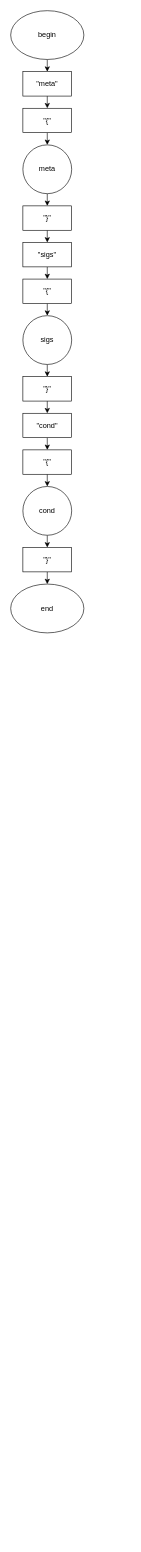
The draw.io diagram singarule/resources/schemes/rule.drawio in heliosgg/singarule, before the edit. Source tidied: cells renumbered, new cells numbered last; positions are measured from the earlier drawing's top-left corner, leaving out a move shared by most shapes. Both pictures are drawn from the tidied source at 61%, with x=0, y=0 at pixel (10, 10).
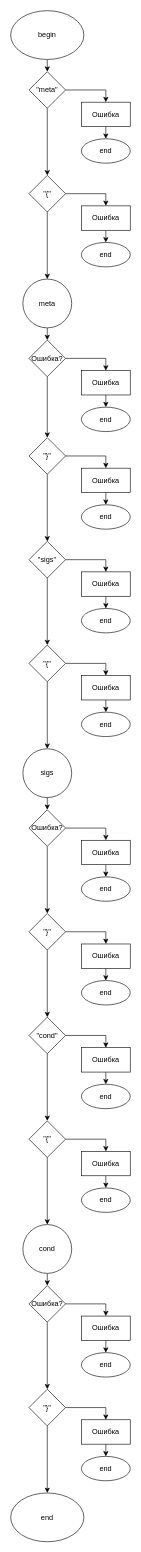
After the change.

Diff of the diagram source:
```diff
@@
-    <mxCell id="4" style="edgeStyle=orthogonalEdgeStyle;rounded=0;jettySize=auto;html=1;exitX=0.5;exitY=1;exitDx=0;exitDy=0;entryX=0.5;entryY=0;entryDx=0;entryDy=0;" parent="1" edge="1" source="5" target="7">
-      <mxGeometry relative="1" as="geometry" />
-    </mxCell>
+    <mxCell id="29" style="edgeStyle=orthogonalEdgeStyle;rounded=0;jettySize=auto;html=1;exitX=0.5;exitY=1;exitDx=0;exitDy=0;entryX=0.5;entryY=0;entryDx=0;entryDy=0;" parent="1" edge="1" source="30" target="31">
+      <mxGeometry relative="1" as="geometry" />
+    </mxCell>
+    <mxCell id="30" value="Ошибка" style="rounded=0;whiteSpace=wrap;html=1;" parent="1" vertex="1">
+      <mxGeometry x="116" y="150" width="80" height="40" as="geometry" />
+    </mxCell>
+    <mxCell id="31" value="end" style="ellipse;whiteSpace=wrap;html=1;" parent="1" vertex="1">
+      <mxGeometry x="116" y="210" width="80" height="40" as="geometry" />
+    </mxCell>
+    <mxCell id="32" style="edgeStyle=orthogonalEdgeStyle;rounded=0;jettySize=auto;html=1;exitX=1;exitY=0.5;exitDx=0;exitDy=0;entryX=0.5;entryY=0;entryDx=0;entryDy=0;" parent="1" edge="1" source="5" target="30">
+      <mxGeometry relative="1" as="geometry" />
+    </mxCell>
+    <mxCell id="33" style="edgeStyle=orthogonalEdgeStyle;rounded=0;jettySize=auto;html=1;exitX=0.5;exitY=1;exitDx=0;exitDy=0;entryX=0.5;entryY=0;entryDx=0;entryDy=0;" parent="1" edge="1" source="5" target="39">
+      <mxGeometry relative="1" as="geometry" />
+    </mxCell>
-    <mxCell id="5" value="&quot;meta&quot;" style="rounded=0;whiteSpace=wrap;html=1;" parent="1" vertex="1">
-      <mxGeometry x="20" y="100" width="80" height="40" as="geometry" />
+    <mxCell id="5" value="&quot;meta&quot;" style="rhombus;whiteSpace=wrap;html=1;" parent="1" vertex="1">
+      <mxGeometry x="30" y="100" width="60" height="60" as="geometry" />
     </mxCell>
-    <mxCell id="6" style="edgeStyle=orthogonalEdgeStyle;rounded=0;jettySize=auto;html=1;exitX=0.5;exitY=1;exitDx=0;exitDy=0;entryX=0.5;entryY=0;entryDx=0;entryDy=0;" parent="1" edge="1" source="7" target="9">
-      <mxGeometry relative="1" as="geometry" />
-    </mxCell>
-    <mxCell id="7" value="&quot;{&quot;" style="rounded=0;whiteSpace=wrap;html=1;" parent="1" vertex="1">
-      <mxGeometry x="20" y="160" width="80" height="40" as="geometry" />
-    </mxCell>
-    <mxCell id="8" style="edgeStyle=orthogonalEdgeStyle;rounded=0;jettySize=auto;html=1;exitX=0.5;exitY=1;exitDx=0;exitDy=0;entryX=0.5;entryY=0;entryDx=0;entryDy=0;" parent="1" edge="1" source="9" target="11">
-      <mxGeometry relative="1" as="geometry" />
-    </mxCell>
+    <mxCell id="34" style="edgeStyle=orthogonalEdgeStyle;rounded=0;jettySize=auto;html=1;exitX=0.5;exitY=1;exitDx=0;exitDy=0;entryX=0.5;entryY=0;entryDx=0;entryDy=0;" parent="1" edge="1" source="35" target="36">
+      <mxGeometry relative="1" as="geometry" />
+    </mxCell>
+    <mxCell id="35" value="Ошибка" style="rounded=0;whiteSpace=wrap;html=1;" parent="1" vertex="1">
+      <mxGeometry x="116" y="320" width="80" height="40" as="geometry" />
+    </mxCell>
+    <mxCell id="36" value="end" style="ellipse;whiteSpace=wrap;html=1;" parent="1" vertex="1">
+      <mxGeometry x="116" y="380" width="80" height="40" as="geometry" />
+    </mxCell>
+    <mxCell id="37" style="edgeStyle=orthogonalEdgeStyle;rounded=0;jettySize=auto;html=1;exitX=1;exitY=0.5;exitDx=0;exitDy=0;entryX=0.5;entryY=0;entryDx=0;entryDy=0;" parent="1" edge="1" source="39" target="35">
+      <mxGeometry relative="1" as="geometry" />
+    </mxCell>
+    <mxCell id="38" style="edgeStyle=orthogonalEdgeStyle;rounded=0;jettySize=auto;html=1;exitX=0.5;exitY=1;exitDx=0;exitDy=0;entryX=0.5;entryY=0;entryDx=0;entryDy=0;" parent="1" edge="1" source="39" target="9">
+      <mxGeometry relative="1" as="geometry" />
+    </mxCell>
+    <mxCell id="39" value="&quot;{&quot;" style="rhombus;whiteSpace=wrap;html=1;" parent="1" vertex="1">
+      <mxGeometry x="30" y="270" width="60" height="60" as="geometry" />
+    </mxCell>
+    <mxCell id="40" style="edgeStyle=orthogonalEdgeStyle;rounded=0;jettySize=auto;html=1;exitX=0.5;exitY=1;exitDx=0;exitDy=0;entryX=0.5;entryY=0;entryDx=0;entryDy=0;" parent="1" edge="1" source="9" target="46">
+      <mxGeometry relative="1" as="geometry" />
+    </mxCell>
     <mxCell id="9" value="meta" style="ellipse;whiteSpace=wrap;html=1;" parent="1" vertex="1">
-      <mxGeometry x="20" y="220" width="80" height="80" as="geometry" />
+      <mxGeometry x="20" y="440" width="80" height="80" as="geometry" />
     </mxCell>
-    <mxCell id="10" style="edgeStyle=orthogonalEdgeStyle;rounded=0;jettySize=auto;html=1;exitX=0.5;exitY=1;exitDx=0;exitDy=0;entryX=0.5;entryY=0;entryDx=0;entryDy=0;" parent="1" edge="1" source="11" target="13">
-      <mxGeometry relative="1" as="geometry" />
-    </mxCell>
-    <mxCell id="11" value="&quot;}&quot;" style="rounded=0;whiteSpace=wrap;html=1;" parent="1" vertex="1">
-      <mxGeometry x="20" y="320" width="80" height="40" as="geometry" />
-    </mxCell>
-    <mxCell id="12" style="edgeStyle=orthogonalEdgeStyle;rounded=0;jettySize=auto;html=1;exitX=0.5;exitY=1;exitDx=0;exitDy=0;entryX=0.5;entryY=0;entryDx=0;entryDy=0;" parent="1" edge="1" source="13" target="15">
-      <mxGeometry relative="1" as="geometry" />
-    </mxCell>
+    <mxCell id="41" style="edgeStyle=orthogonalEdgeStyle;rounded=0;jettySize=auto;html=1;exitX=0.5;exitY=1;exitDx=0;exitDy=0;entryX=0.5;entryY=0;entryDx=0;entryDy=0;" parent="1" edge="1" source="42" target="43">
+      <mxGeometry relative="1" as="geometry" />
+    </mxCell>
+    <mxCell id="42" value="Ошибка" style="rounded=0;whiteSpace=wrap;html=1;" parent="1" vertex="1">
+      <mxGeometry x="116" y="590" width="80" height="40" as="geometry" />
+    </mxCell>
+    <mxCell id="43" value="end" style="ellipse;whiteSpace=wrap;html=1;" parent="1" vertex="1">
+      <mxGeometry x="116" y="650" width="80" height="40" as="geometry" />
+    </mxCell>
+    <mxCell id="44" style="edgeStyle=orthogonalEdgeStyle;rounded=0;jettySize=auto;html=1;exitX=1;exitY=0.5;exitDx=0;exitDy=0;entryX=0.5;entryY=0;entryDx=0;entryDy=0;" parent="1" edge="1" source="46" target="42">
+      <mxGeometry relative="1" as="geometry" />
+    </mxCell>
+    <mxCell id="45" style="edgeStyle=orthogonalEdgeStyle;rounded=0;jettySize=auto;html=1;exitX=0.5;exitY=1;exitDx=0;exitDy=0;entryX=0.5;entryY=0;entryDx=0;entryDy=0;" parent="1" edge="1" source="46" target="70">
+      <mxGeometry relative="1" as="geometry" />
+    </mxCell>
+    <mxCell id="46" value="Ошибка?" style="rhombus;whiteSpace=wrap;html=1;" parent="1" vertex="1">
+      <mxGeometry x="30" y="540" width="60" height="60" as="geometry" />
+    </mxCell>
+    <mxCell id="47" style="edgeStyle=orthogonalEdgeStyle;rounded=0;jettySize=auto;html=1;exitX=0.5;exitY=1;exitDx=0;exitDy=0;entryX=0.5;entryY=0;entryDx=0;entryDy=0;" parent="1" edge="1" source="48" target="49">
+      <mxGeometry relative="1" as="geometry" />
+    </mxCell>
+    <mxCell id="48" value="Ошибка" style="rounded=0;whiteSpace=wrap;html=1;" parent="1" vertex="1">
+      <mxGeometry x="116" y="920" width="80" height="40" as="geometry" />
+    </mxCell>
+    <mxCell id="49" value="end" style="ellipse;whiteSpace=wrap;html=1;" parent="1" vertex="1">
+      <mxGeometry x="116" y="980" width="80" height="40" as="geometry" />
+    </mxCell>
+    <mxCell id="50" style="edgeStyle=orthogonalEdgeStyle;rounded=0;jettySize=auto;html=1;exitX=1;exitY=0.5;exitDx=0;exitDy=0;entryX=0.5;entryY=0;entryDx=0;entryDy=0;" parent="1" edge="1" source="13" target="48">
+      <mxGeometry relative="1" as="geometry" />
+    </mxCell>
+    <mxCell id="51" style="edgeStyle=orthogonalEdgeStyle;rounded=0;jettySize=auto;html=1;exitX=0.5;exitY=1;exitDx=0;exitDy=0;entryX=0.5;entryY=0;entryDx=0;entryDy=0;" parent="1" edge="1" source="13" target="57">
+      <mxGeometry relative="1" as="geometry" />
+    </mxCell>
-    <mxCell id="13" value="&quot;sigs&quot;" style="rounded=0;whiteSpace=wrap;html=1;" parent="1" vertex="1">
-      <mxGeometry x="20" y="380" width="80" height="40" as="geometry" />
+    <mxCell id="13" value="&quot;sigs&quot;" style="rhombus;whiteSpace=wrap;html=1;" parent="1" vertex="1">
+      <mxGeometry x="30" y="870" width="60" height="60" as="geometry" />
     </mxCell>
-    <mxCell id="14" style="edgeStyle=orthogonalEdgeStyle;rounded=0;jettySize=auto;html=1;exitX=0.5;exitY=1;exitDx=0;exitDy=0;entryX=0.5;entryY=0;entryDx=0;entryDy=0;" parent="1" edge="1" source="15" target="17">
-      <mxGeometry relative="1" as="geometry" />
-    </mxCell>
-    <mxCell id="15" value="&quot;{&quot;" style="rounded=0;whiteSpace=wrap;html=1;" parent="1" vertex="1">
-      <mxGeometry x="20" y="440" width="80" height="40" as="geometry" />
-    </mxCell>
-    <mxCell id="16" style="edgeStyle=orthogonalEdgeStyle;rounded=0;jettySize=auto;html=1;exitX=0.5;exitY=1;exitDx=0;exitDy=0;entryX=0.5;entryY=0;entryDx=0;entryDy=0;" parent="1" edge="1" source="17" target="19">
-      <mxGeometry relative="1" as="geometry" />
-    </mxCell>
+    <mxCell id="52" style="edgeStyle=orthogonalEdgeStyle;rounded=0;jettySize=auto;html=1;exitX=0.5;exitY=1;exitDx=0;exitDy=0;entryX=0.5;entryY=0;entryDx=0;entryDy=0;" parent="1" edge="1" source="53" target="54">
+      <mxGeometry relative="1" as="geometry" />
+    </mxCell>
+    <mxCell id="53" value="Ошибка" style="rounded=0;whiteSpace=wrap;html=1;" parent="1" vertex="1">
+      <mxGeometry x="116" y="1090" width="80" height="40" as="geometry" />
+    </mxCell>
+    <mxCell id="54" value="end" style="ellipse;whiteSpace=wrap;html=1;" parent="1" vertex="1">
+      <mxGeometry x="116" y="1150" width="80" height="40" as="geometry" />
+    </mxCell>
+    <mxCell id="55" style="edgeStyle=orthogonalEdgeStyle;rounded=0;jettySize=auto;html=1;exitX=1;exitY=0.5;exitDx=0;exitDy=0;entryX=0.5;entryY=0;entryDx=0;entryDy=0;" parent="1" edge="1" source="57" target="53">
+      <mxGeometry relative="1" as="geometry" />
+    </mxCell>
+    <mxCell id="56" style="edgeStyle=orthogonalEdgeStyle;rounded=0;jettySize=auto;html=1;exitX=0.5;exitY=1;exitDx=0;exitDy=0;entryX=0.5;entryY=0;entryDx=0;entryDy=0;" parent="1" edge="1" source="57" target="17">
+      <mxGeometry relative="1" as="geometry" />
+    </mxCell>
+    <mxCell id="57" value="&quot;{&quot;" style="rhombus;whiteSpace=wrap;html=1;" parent="1" vertex="1">
+      <mxGeometry x="30" y="1040" width="60" height="60" as="geometry" />
+    </mxCell>
+    <mxCell id="58" style="edgeStyle=orthogonalEdgeStyle;rounded=0;jettySize=auto;html=1;exitX=0.5;exitY=1;exitDx=0;exitDy=0;entryX=0.5;entryY=0;entryDx=0;entryDy=0;" parent="1" edge="1" source="17" target="64">
+      <mxGeometry relative="1" as="geometry" />
+    </mxCell>
     <mxCell id="17" value="sigs" style="ellipse;whiteSpace=wrap;html=1;" parent="1" vertex="1">
-      <mxGeometry x="20" y="500" width="80" height="80" as="geometry" />
+      <mxGeometry x="20" y="1210" width="80" height="80" as="geometry" />
     </mxCell>
-    <mxCell id="18" style="edgeStyle=orthogonalEdgeStyle;rounded=0;jettySize=auto;html=1;exitX=0.5;exitY=1;exitDx=0;exitDy=0;entryX=0.5;entryY=0;entryDx=0;entryDy=0;" parent="1" edge="1" source="19" target="21">
-      <mxGeometry relative="1" as="geometry" />
-    </mxCell>
-    <mxCell id="19" value="&quot;}&quot;" style="rounded=0;whiteSpace=wrap;html=1;" parent="1" vertex="1">
-      <mxGeometry x="20" y="600" width="80" height="40" as="geometry" />
-    </mxCell>
-    <mxCell id="20" style="edgeStyle=orthogonalEdgeStyle;rounded=0;jettySize=auto;html=1;exitX=0.5;exitY=1;exitDx=0;exitDy=0;entryX=0.5;entryY=0;entryDx=0;entryDy=0;" parent="1" edge="1" source="21" target="23">
-      <mxGeometry relative="1" as="geometry" />
-    </mxCell>
+    <mxCell id="59" style="edgeStyle=orthogonalEdgeStyle;rounded=0;jettySize=auto;html=1;exitX=0.5;exitY=1;exitDx=0;exitDy=0;entryX=0.5;entryY=0;entryDx=0;entryDy=0;" parent="1" edge="1" source="60" target="61">
+      <mxGeometry relative="1" as="geometry" />
+    </mxCell>
+    <mxCell id="60" value="Ошибка" style="rounded=0;whiteSpace=wrap;html=1;" parent="1" vertex="1">
+      <mxGeometry x="116" y="1360" width="80" height="40" as="geometry" />
+    </mxCell>
+    <mxCell id="61" value="end" style="ellipse;whiteSpace=wrap;html=1;" parent="1" vertex="1">
+      <mxGeometry x="116" y="1420" width="80" height="40" as="geometry" />
+    </mxCell>
+    <mxCell id="62" style="edgeStyle=orthogonalEdgeStyle;rounded=0;jettySize=auto;html=1;exitX=1;exitY=0.5;exitDx=0;exitDy=0;entryX=0.5;entryY=0;entryDx=0;entryDy=0;" parent="1" edge="1" source="64" target="60">
+      <mxGeometry relative="1" as="geometry" />
+    </mxCell>
+    <mxCell id="63" style="edgeStyle=orthogonalEdgeStyle;rounded=0;jettySize=auto;html=1;exitX=0.5;exitY=1;exitDx=0;exitDy=0;entryX=0.5;entryY=0;entryDx=0;entryDy=0;" parent="1" edge="1" source="64" target="76">
+      <mxGeometry relative="1" as="geometry" />
+    </mxCell>
+    <mxCell id="64" value="Ошибка?" style="rhombus;whiteSpace=wrap;html=1;" parent="1" vertex="1">
+      <mxGeometry x="30" y="1310" width="60" height="60" as="geometry" />
+    </mxCell>
+    <mxCell id="65" style="edgeStyle=orthogonalEdgeStyle;rounded=0;jettySize=auto;html=1;exitX=0.5;exitY=1;exitDx=0;exitDy=0;entryX=0.5;entryY=0;entryDx=0;entryDy=0;" parent="1" edge="1" source="66" target="67">
+      <mxGeometry relative="1" as="geometry" />
+    </mxCell>
+    <mxCell id="66" value="Ошибка" style="rounded=0;whiteSpace=wrap;html=1;" parent="1" vertex="1">
+      <mxGeometry x="116" y="750" width="80" height="40" as="geometry" />
+    </mxCell>
+    <mxCell id="67" value="end" style="ellipse;whiteSpace=wrap;html=1;" parent="1" vertex="1">
+      <mxGeometry x="116" y="810" width="80" height="40" as="geometry" />
+    </mxCell>
+    <mxCell id="68" style="edgeStyle=orthogonalEdgeStyle;rounded=0;jettySize=auto;html=1;exitX=1;exitY=0.5;exitDx=0;exitDy=0;entryX=0.5;entryY=0;entryDx=0;entryDy=0;" parent="1" edge="1" source="70" target="66">
+      <mxGeometry relative="1" as="geometry" />
+    </mxCell>
+    <mxCell id="69" style="edgeStyle=orthogonalEdgeStyle;rounded=0;jettySize=auto;html=1;exitX=0.5;exitY=1;exitDx=0;exitDy=0;entryX=0.5;entryY=0;entryDx=0;entryDy=0;" parent="1" edge="1" source="70" target="13">
+      <mxGeometry relative="1" as="geometry" />
+    </mxCell>
+    <mxCell id="70" value="&quot;}&quot;" style="rhombus;whiteSpace=wrap;html=1;" parent="1" vertex="1">
+      <mxGeometry x="30" y="700" width="60" height="60" as="geometry" />
+    </mxCell>
+    <mxCell id="71" style="edgeStyle=orthogonalEdgeStyle;rounded=0;jettySize=auto;html=1;exitX=0.5;exitY=1;exitDx=0;exitDy=0;entryX=0.5;entryY=0;entryDx=0;entryDy=0;" parent="1" edge="1" source="72" target="73">
+      <mxGeometry relative="1" as="geometry" />
+    </mxCell>
+    <mxCell id="72" value="Ошибка" style="rounded=0;whiteSpace=wrap;html=1;" parent="1" vertex="1">
+      <mxGeometry x="116" y="1530" width="80" height="40" as="geometry" />
+    </mxCell>
+    <mxCell id="73" value="end" style="ellipse;whiteSpace=wrap;html=1;" parent="1" vertex="1">
+      <mxGeometry x="116" y="1590" width="80" height="40" as="geometry" />
+    </mxCell>
+    <mxCell id="74" style="edgeStyle=orthogonalEdgeStyle;rounded=0;jettySize=auto;html=1;exitX=1;exitY=0.5;exitDx=0;exitDy=0;entryX=0.5;entryY=0;entryDx=0;entryDy=0;" parent="1" edge="1" source="76" target="72">
+      <mxGeometry relative="1" as="geometry" />
+    </mxCell>
+    <mxCell id="75" style="edgeStyle=orthogonalEdgeStyle;rounded=0;jettySize=auto;html=1;exitX=0.5;exitY=1;exitDx=0;exitDy=0;entryX=0.5;entryY=0;entryDx=0;entryDy=0;" parent="1" edge="1" source="76" target="21">
+      <mxGeometry relative="1" as="geometry" />
+    </mxCell>
+    <mxCell id="76" value="&quot;}&quot;" style="rhombus;whiteSpace=wrap;html=1;" parent="1" vertex="1">
+      <mxGeometry x="30" y="1480" width="60" height="60" as="geometry" />
+    </mxCell>
+    <mxCell id="77" style="edgeStyle=orthogonalEdgeStyle;rounded=0;jettySize=auto;html=1;exitX=0.5;exitY=1;exitDx=0;exitDy=0;entryX=0.5;entryY=0;entryDx=0;entryDy=0;" parent="1" edge="1" source="78" target="79">
+      <mxGeometry relative="1" as="geometry" />
+    </mxCell>
+    <mxCell id="78" value="Ошибка" style="rounded=0;whiteSpace=wrap;html=1;" parent="1" vertex="1">
+      <mxGeometry x="116" y="1700" width="80" height="40" as="geometry" />
+    </mxCell>
+    <mxCell id="79" value="end" style="ellipse;whiteSpace=wrap;html=1;" parent="1" vertex="1">
+      <mxGeometry x="116" y="1760" width="80" height="40" as="geometry" />
+    </mxCell>
+    <mxCell id="80" style="edgeStyle=orthogonalEdgeStyle;rounded=0;jettySize=auto;html=1;exitX=1;exitY=0.5;exitDx=0;exitDy=0;entryX=0.5;entryY=0;entryDx=0;entryDy=0;" parent="1" edge="1" source="21" target="78">
+      <mxGeometry relative="1" as="geometry" />
+    </mxCell>
+    <mxCell id="81" style="edgeStyle=orthogonalEdgeStyle;rounded=0;jettySize=auto;html=1;exitX=0.5;exitY=1;exitDx=0;exitDy=0;entryX=0.5;entryY=0;entryDx=0;entryDy=0;" parent="1" edge="1" source="21" target="87">
+      <mxGeometry relative="1" as="geometry" />
+    </mxCell>
-    <mxCell id="21" value="&quot;cond&quot;" style="rounded=0;whiteSpace=wrap;html=1;" parent="1" vertex="1">
-      <mxGeometry x="20" y="660" width="80" height="40" as="geometry" />
+    <mxCell id="21" value="&quot;cond&quot;" style="rhombus;whiteSpace=wrap;html=1;" parent="1" vertex="1">
+      <mxGeometry x="30" y="1650" width="60" height="60" as="geometry" />
     </mxCell>
-    <mxCell id="22" style="edgeStyle=orthogonalEdgeStyle;rounded=0;jettySize=auto;html=1;exitX=0.5;exitY=1;exitDx=0;exitDy=0;entryX=0.5;entryY=0;entryDx=0;entryDy=0;" parent="1" edge="1" source="23" target="25">
-      <mxGeometry relative="1" as="geometry" />
-    </mxCell>
-    <mxCell id="23" value="&quot;{&quot;" style="rounded=0;whiteSpace=wrap;html=1;" parent="1" vertex="1">
-      <mxGeometry x="20" y="720" width="80" height="40" as="geometry" />
-    </mxCell>
-    <mxCell id="24" style="edgeStyle=orthogonalEdgeStyle;rounded=0;jettySize=auto;html=1;exitX=0.5;exitY=1;exitDx=0;exitDy=0;entryX=0.5;entryY=0;entryDx=0;entryDy=0;" parent="1" edge="1" source="25" target="27">
-      <mxGeometry relative="1" as="geometry" />
-    </mxCell>
+    <mxCell id="82" style="edgeStyle=orthogonalEdgeStyle;rounded=0;jettySize=auto;html=1;exitX=0.5;exitY=1;exitDx=0;exitDy=0;entryX=0.5;entryY=0;entryDx=0;entryDy=0;" parent="1" edge="1" source="83" target="84">
+      <mxGeometry relative="1" as="geometry" />
+    </mxCell>
+    <mxCell id="83" value="Ошибка" style="rounded=0;whiteSpace=wrap;html=1;" parent="1" vertex="1">
+      <mxGeometry x="116" y="1870" width="80" height="40" as="geometry" />
+    </mxCell>
+    <mxCell id="84" value="end" style="ellipse;whiteSpace=wrap;html=1;" parent="1" vertex="1">
+      <mxGeometry x="116" y="1930" width="80" height="40" as="geometry" />
+    </mxCell>
+    <mxCell id="85" style="edgeStyle=orthogonalEdgeStyle;rounded=0;jettySize=auto;html=1;exitX=1;exitY=0.5;exitDx=0;exitDy=0;entryX=0.5;entryY=0;entryDx=0;entryDy=0;" parent="1" edge="1" source="87" target="83">
+      <mxGeometry relative="1" as="geometry" />
+    </mxCell>
+    <mxCell id="86" style="edgeStyle=orthogonalEdgeStyle;rounded=0;jettySize=auto;html=1;exitX=0.5;exitY=1;exitDx=0;exitDy=0;entryX=0.5;entryY=0;entryDx=0;entryDy=0;" parent="1" edge="1" source="87" target="25">
+      <mxGeometry relative="1" as="geometry" />
+    </mxCell>
+    <mxCell id="87" value="&quot;{&quot;" style="rhombus;whiteSpace=wrap;html=1;" parent="1" vertex="1">
+      <mxGeometry x="30" y="1820" width="60" height="60" as="geometry" />
+    </mxCell>
+    <mxCell id="88" style="edgeStyle=orthogonalEdgeStyle;rounded=0;jettySize=auto;html=1;exitX=0.5;exitY=1;exitDx=0;exitDy=0;entryX=0.5;entryY=0;entryDx=0;entryDy=0;" parent="1" edge="1" source="25" target="94">
+      <mxGeometry relative="1" as="geometry" />
+    </mxCell>
     <mxCell id="25" value="cond" style="ellipse;whiteSpace=wrap;html=1;" parent="1" vertex="1">
-      <mxGeometry x="20" y="780" width="80" height="80" as="geometry" />
+      <mxGeometry x="20" y="1990" width="80" height="80" as="geometry" />
     </mxCell>
-    <mxCell id="26" style="edgeStyle=orthogonalEdgeStyle;rounded=0;jettySize=auto;html=1;exitX=0.5;exitY=1;exitDx=0;exitDy=0;entryX=0.5;entryY=0;entryDx=0;entryDy=0;" parent="1" edge="1" source="27" target="28">
-      <mxGeometry relative="1" as="geometry" />
-    </mxCell>
-    <mxCell id="27" value="&quot;}&quot;" style="rounded=0;whiteSpace=wrap;html=1;" parent="1" vertex="1">
-      <mxGeometry x="20" y="880" width="80" height="40" as="geometry" />
-    </mxCell>
-    <mxCell id="28" value="end" style="ellipse;whiteSpace=wrap;html=1;" parent="1" vertex="1">
-      <mxGeometry y="940" width="120" height="80" as="geometry" />
-    </mxCell>
+    <mxCell id="89" style="edgeStyle=orthogonalEdgeStyle;rounded=0;jettySize=auto;html=1;exitX=0.5;exitY=1;exitDx=0;exitDy=0;entryX=0.5;entryY=0;entryDx=0;entryDy=0;" parent="1" edge="1" source="90" target="91">
+      <mxGeometry relative="1" as="geometry" />
+    </mxCell>
+    <mxCell id="90" value="Ошибка" style="rounded=0;whiteSpace=wrap;html=1;" parent="1" vertex="1">
+      <mxGeometry x="116" y="2140" width="80" height="40" as="geometry" />
+    </mxCell>
+    <mxCell id="91" value="end" style="ellipse;whiteSpace=wrap;html=1;" parent="1" vertex="1">
+      <mxGeometry x="116" y="2200" width="80" height="40" as="geometry" />
+    </mxCell>
+    <mxCell id="92" style="edgeStyle=orthogonalEdgeStyle;rounded=0;jettySize=auto;html=1;exitX=1;exitY=0.5;exitDx=0;exitDy=0;entryX=0.5;entryY=0;entryDx=0;entryDy=0;" parent="1" edge="1" source="94" target="90">
+      <mxGeometry relative="1" as="geometry" />
+    </mxCell>
+    <mxCell id="93" style="edgeStyle=orthogonalEdgeStyle;rounded=0;jettySize=auto;html=1;exitX=0.5;exitY=1;exitDx=0;exitDy=0;entryX=0.5;entryY=0;entryDx=0;entryDy=0;" parent="1" edge="1" source="94" target="100">
+      <mxGeometry relative="1" as="geometry" />
+    </mxCell>
+    <mxCell id="94" value="Ошибка?" style="rhombus;whiteSpace=wrap;html=1;" parent="1" vertex="1">
+      <mxGeometry x="30" y="2090" width="60" height="60" as="geometry" />
+    </mxCell>
+    <mxCell id="95" style="edgeStyle=orthogonalEdgeStyle;rounded=0;jettySize=auto;html=1;exitX=0.5;exitY=1;exitDx=0;exitDy=0;entryX=0.5;entryY=0;entryDx=0;entryDy=0;" parent="1" edge="1" source="96" target="97">
+      <mxGeometry relative="1" as="geometry" />
+    </mxCell>
+    <mxCell id="96" value="Ошибка" style="rounded=0;whiteSpace=wrap;html=1;" parent="1" vertex="1">
+      <mxGeometry x="116" y="2310" width="80" height="40" as="geometry" />
+    </mxCell>
+    <mxCell id="97" value="end" style="ellipse;whiteSpace=wrap;html=1;" parent="1" vertex="1">
+      <mxGeometry x="116" y="2370" width="80" height="40" as="geometry" />
+    </mxCell>
+    <mxCell id="98" style="edgeStyle=orthogonalEdgeStyle;rounded=0;jettySize=auto;html=1;exitX=1;exitY=0.5;exitDx=0;exitDy=0;entryX=0.5;entryY=0;entryDx=0;entryDy=0;" parent="1" edge="1" source="100" target="96">
+      <mxGeometry relative="1" as="geometry" />
+    </mxCell>
+    <mxCell id="99" style="edgeStyle=orthogonalEdgeStyle;rounded=0;jettySize=auto;html=1;exitX=0.5;exitY=1;exitDx=0;exitDy=0;entryX=0.5;entryY=0;entryDx=0;entryDy=0;" parent="1" edge="1" source="100" target="101">
+      <mxGeometry relative="1" as="geometry" />
+    </mxCell>
+    <mxCell id="100" value="&quot;}&quot;" style="rhombus;whiteSpace=wrap;html=1;" parent="1" vertex="1">
+      <mxGeometry x="30" y="2260" width="60" height="60" as="geometry" />
+    </mxCell>
+    <mxCell id="101" value="end" style="ellipse;whiteSpace=wrap;html=1;" parent="1" vertex="1">
+      <mxGeometry y="2430" width="120" height="80" as="geometry" />
+    </mxCell>
```
